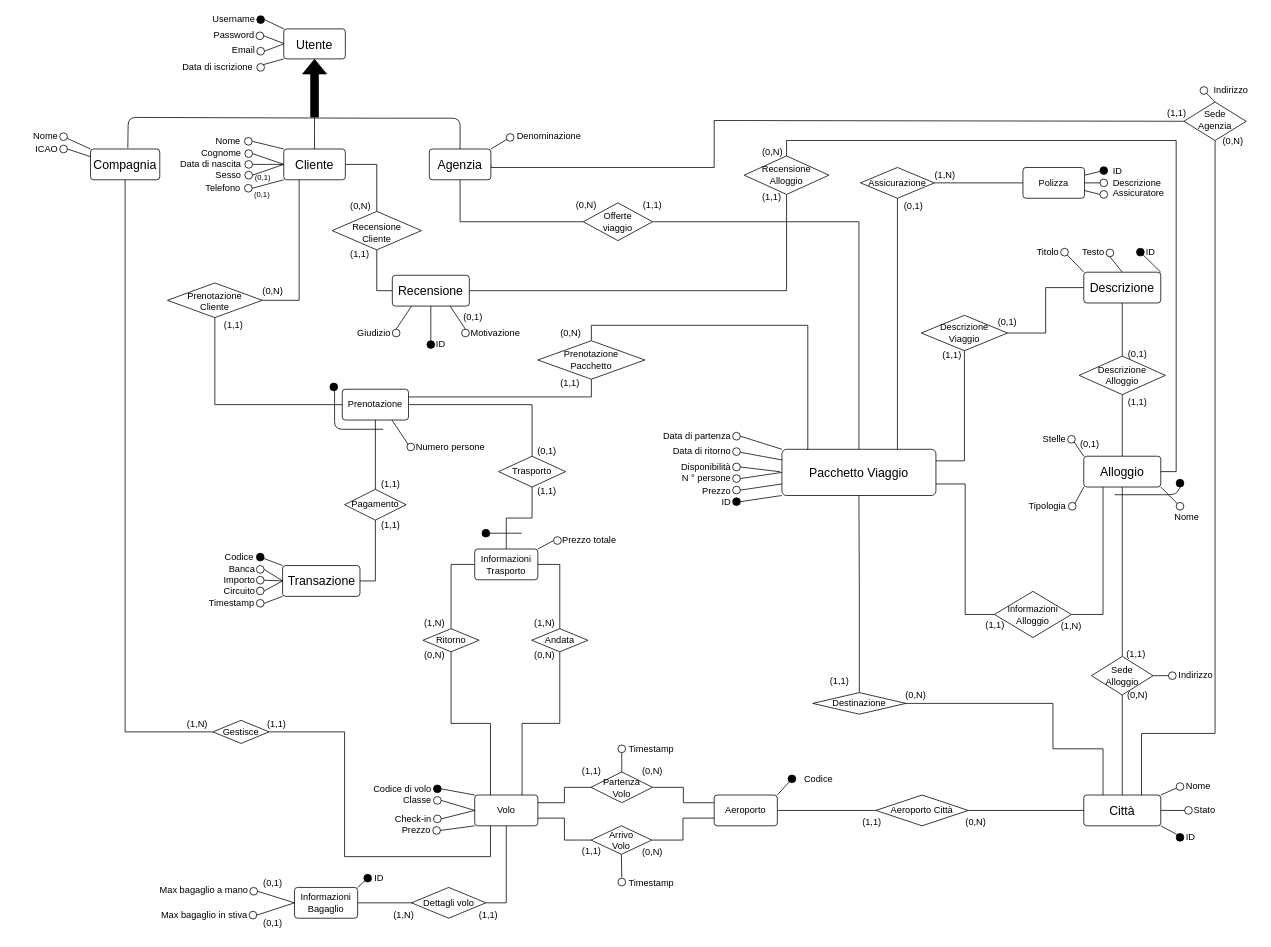
Before: page "ER - Concettuale" (1 of 3) of E-R/E-R.drawio in bustre/Easy-travel, a draw.io diagram. Source tidied: cells renumbered, new cells numbered last; positions are measured from the earlier drawing's top-left corner, leaving out a move shared by most shapes. Both pictures are drawn from the tidied source at 77%, with x=0, y=0 at pixel (13, 15).
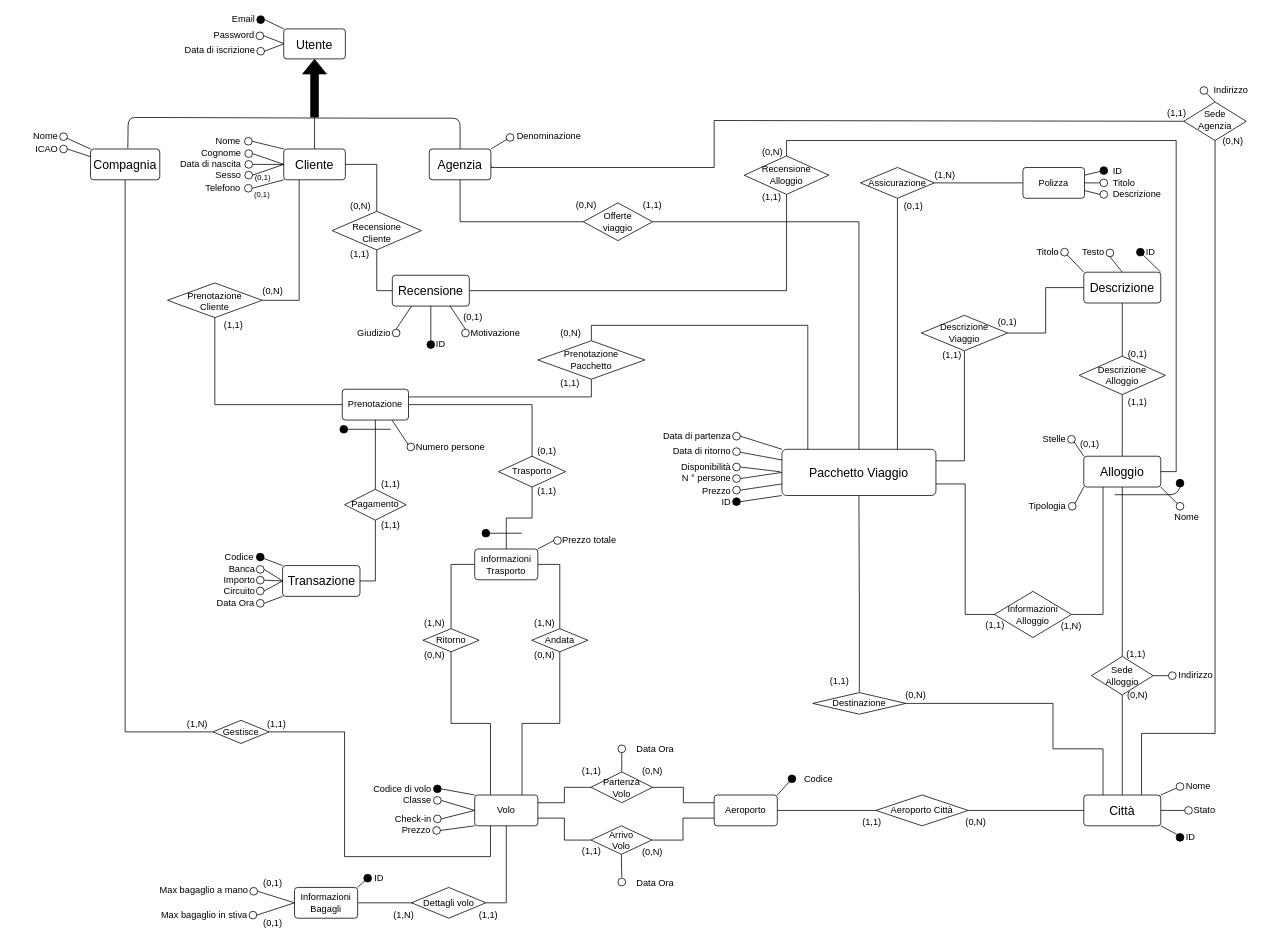
The same diagram, later.

The change refers to these unchanged cells:
```xml
<mxCell id="34" value="Utente" style="rounded=1;arcSize=10;whiteSpace=wrap;align=center;fontSize=16;" parent="1" vertex="1">
  <mxGeometry x="351" y="18" width="80" height="39" as="geometry" />
</mxCell>
```

The edit, as a diff of the source:
```diff
@@
-    <mxCell id="45" value="Username" style="text;strokeColor=none;fillColor=none;align=right;verticalAlign=middle;whiteSpace=wrap;rounded=0;fontSize=12;" parent="1" vertex="1">
+    <mxCell id="45" value="Email" style="text;strokeColor=none;fillColor=none;align=right;verticalAlign=middle;whiteSpace=wrap;rounded=0;fontSize=12;" parent="1" vertex="1">
       <mxGeometry x="196" width="120" height="10" as="geometry" />
     </mxCell>
@@
-    <mxCell id="49" value="Email" style="text;strokeColor=none;fillColor=none;align=right;verticalAlign=middle;whiteSpace=wrap;rounded=0;fontSize=12;" parent="1" vertex="1">
+    <mxCell id="49" value="Data di iscrizione" style="text;strokeColor=none;fillColor=none;align=right;verticalAlign=middle;whiteSpace=wrap;rounded=0;fontSize=12;" parent="1" vertex="1">
       <mxGeometry x="196" y="41" width="120" height="10" as="geometry" />
     </mxCell>
@@
-    <mxCell id="57" style="ellipse;whiteSpace=wrap;fillColor=none;" parent="1" vertex="1">
-      <mxGeometry x="316" y="63" width="10" height="10" as="geometry" />
-    </mxCell>
-    <mxCell id="58" value="Data di iscrizione" style="text;strokeColor=none;fillColor=none;align=right;verticalAlign=middle;whiteSpace=wrap;rounded=0;" parent="1" vertex="1">
-      <mxGeometry x="210" y="63" width="103" height="10" as="geometry" />
-    </mxCell>
@@
-    <mxCell id="62" style="endArrow=none;rounded=0;entryX=1;entryY=0;entryDx=0;entryDy=0;exitX=0;exitY=1;exitDx=0;exitDy=0;" parent="1" edge="1" source="34" target="57">
-      <mxGeometry relative="1" as="geometry" />
-    </mxCell>
@@
+    <mxCell id="305" style="edgeStyle=orthogonalEdgeStyle;rounded=0;jettySize=auto;html=1;exitX=1;exitY=0.5;exitDx=0;exitDy=0;endArrow=none;endFill=0;" parent="1" edge="1" source="90">
+      <mxGeometry relative="1" as="geometry">
+        <mxPoint x="490" y="538" as="targetPoint" />
+      </mxGeometry>
+    </mxCell>
     <mxCell id="90" style="ellipse;whiteSpace=wrap;fillColor=#000000;" parent="1" vertex="1">
-      <mxGeometry x="411" y="478" width="10" height="10" as="geometry" />
+      <mxGeometry x="424" y="533" width="10" height="10" as="geometry" />
     </mxCell>
@@
-    <mxCell id="142" value="Descrizione" style="text;strokeColor=none;fillColor=none;align=left;verticalAlign=middle;whiteSpace=wrap;rounded=0;" parent="1" vertex="1">
+    <mxCell id="142" value="Titolo" style="text;strokeColor=none;fillColor=none;align=left;verticalAlign=middle;whiteSpace=wrap;rounded=0;" parent="1" vertex="1">
       <mxGeometry x="1426" y="210" width="65" height="16" as="geometry" />
     </mxCell>
@@
-    <mxCell id="144" value="Assicuratore" style="text;strokeColor=none;fillColor=none;align=left;verticalAlign=middle;whiteSpace=wrap;rounded=0;" parent="1" vertex="1">
-      <mxGeometry x="1426" y="224" width="75" height="16" as="geometry" />
+    <mxCell id="144" value="Descrizione" style="text;strokeColor=none;fillColor=none;align=left;verticalAlign=middle;whiteSpace=wrap;rounded=0;" parent="1" vertex="1">
+      <mxGeometry x="1426" y="225" width="75" height="16" as="geometry" />
     </mxCell>
@@
-    <mxCell id="159" value="Timestamp" style="text;strokeColor=none;fillColor=none;align=right;verticalAlign=middle;whiteSpace=wrap;rounded=0;" parent="1" vertex="1">
+    <mxCell id="159" value="Data Ora" style="text;strokeColor=none;fillColor=none;align=right;verticalAlign=middle;whiteSpace=wrap;rounded=0;" parent="1" vertex="1">
       <mxGeometry x="255" y="759" width="60" height="10" as="geometry" />
     </mxCell>
@@
-    <mxCell id="202" style="endArrow=none;rounded=1;" parent="1" edge="1">
-      <mxGeometry relative="1" as="geometry">
-        <mxPoint x="480" y="538" as="sourcePoint" />
-        <mxPoint x="417" y="488" as="targetPoint" />
-        <Array as="points">
-          <mxPoint x="417" y="538" />
-        </Array>
-      </mxGeometry>
-    </mxCell>
@@
-    <mxCell id="229" value="Timestamp" style="text;strokeColor=none;fillColor=none;align=right;verticalAlign=middle;whiteSpace=wrap;rounded=0;" parent="1" vertex="1">
+    <mxCell id="229" value="Data Ora" style="text;strokeColor=none;fillColor=none;align=right;verticalAlign=middle;whiteSpace=wrap;rounded=0;" parent="1" vertex="1">
       <mxGeometry x="740" y="1122" width="120" height="10" as="geometry" />
     </mxCell>
@@
-    <mxCell id="235" value="Informazioni&#10;Bagaglio" style="rounded=1;arcSize=10;whiteSpace=wrap;align=center;" parent="1" vertex="1">
+    <mxCell id="235" value="Informazioni&#10;Bagagli" style="rounded=1;arcSize=10;whiteSpace=wrap;align=center;" parent="1" vertex="1">
       <mxGeometry x="365" y="1133" width="82" height="40" as="geometry" />
     </mxCell>
@@
-    <mxCell id="248" value="Timestamp" style="text;strokeColor=none;fillColor=none;align=right;verticalAlign=middle;whiteSpace=wrap;rounded=0;" parent="1" vertex="1">
+    <mxCell id="248" value="Data Ora" style="text;strokeColor=none;fillColor=none;align=right;verticalAlign=middle;whiteSpace=wrap;rounded=0;" parent="1" vertex="1">
       <mxGeometry x="795" y="948" width="64.5" height="10" as="geometry" />
     </mxCell>
```
